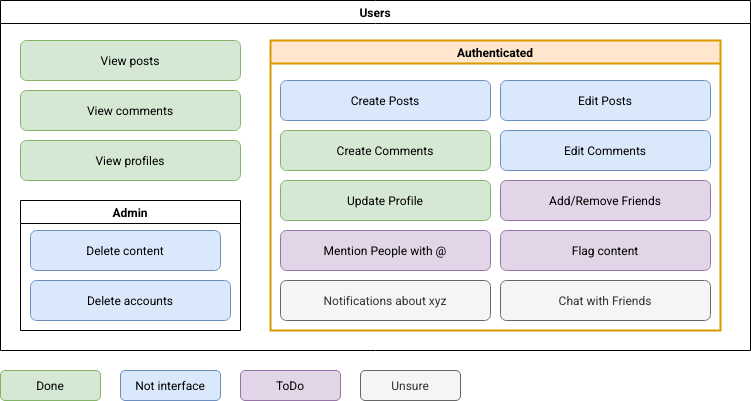
Earlier version of the draw.io export docs/d_usecase.drawio.png (MKrabs/Blog). Source tidied: cells renumbered, new cells last; positions are measured from the earlier drawing's top-left corner, leaving out a move shared by most shapes.
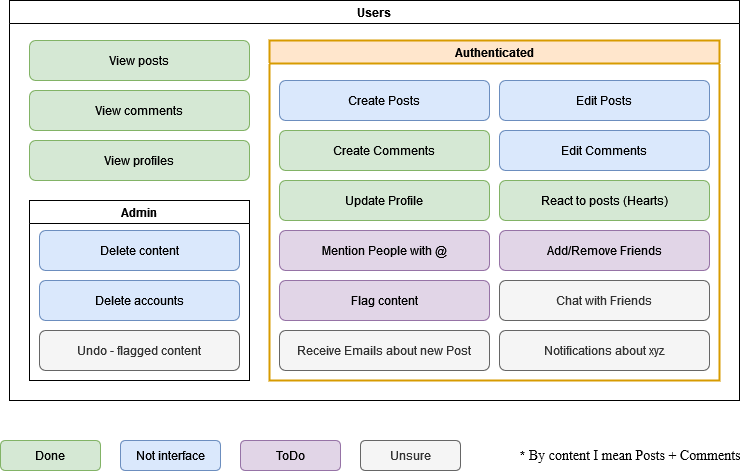
After the change.

The edit, as a diff of the source:
```diff
@@ -3,7 +3,7 @@
     <mxCell id="0" />
     <mxCell id="1" parent="0" />
     <mxCell id="2" value="Users" style="swimlane;" parent="1" vertex="1">
-      <mxGeometry width="750" height="350" as="geometry" />
+      <mxGeometry x="9" y="-70" width="730" height="400" as="geometry" />
     </mxCell>
     <mxCell id="3" value="View posts" style="rounded=1;whiteSpace=wrap;html=1;fillColor=#d5e8d4;strokeColor=#82b366;" parent="2" vertex="1">
       <mxGeometry x="20" y="40" width="220" height="40" as="geometry" />
@@ -15,7 +15,7 @@
       <mxGeometry x="20" y="90" width="220" height="40" as="geometry" />
     </mxCell>
     <mxCell id="6" value="Authenticated" style="swimlane;fillColor=#ffe6cc;strokeColor=#d79b00;strokeWidth=2;" parent="2" vertex="1">
-      <mxGeometry x="270" y="40" width="450" height="290" as="geometry" />
+      <mxGeometry x="260" y="40" width="450" height="340" as="geometry" />
     </mxCell>
     <mxCell id="7" value="Create Posts" style="rounded=1;whiteSpace=wrap;html=1;fillColor=#dae8fc;strokeColor=#6c8ebf;" parent="6" vertex="1">
       <mxGeometry x="10" y="40" width="210" height="40" as="geometry" />
@@ -33,29 +33,38 @@
       <mxGeometry x="10" y="140" width="210" height="40" as="geometry" />
     </mxCell>
     <mxCell id="12" value="Add/Remove Friends" style="rounded=1;whiteSpace=wrap;html=1;fillColor=#e1d5e7;strokeColor=#9673a6;" parent="6" vertex="1">
-      <mxGeometry x="230" y="140" width="210" height="40" as="geometry" />
+      <mxGeometry x="230" y="190" width="210" height="40" as="geometry" />
     </mxCell>
     <mxCell id="13" value="Mention People with @" style="rounded=1;whiteSpace=wrap;html=1;fillColor=#e1d5e7;strokeColor=#9673a6;" parent="6" vertex="1">
       <mxGeometry x="10" y="190" width="210" height="40" as="geometry" />
     </mxCell>
     <mxCell id="14" value="Notifications about xyz" style="rounded=1;whiteSpace=wrap;html=1;fillColor=#f5f5f5;fontColor=#333333;strokeColor=#666666;" parent="6" vertex="1">
-      <mxGeometry x="10" y="240" width="210" height="40" as="geometry" />
+      <mxGeometry x="230" y="290" width="210" height="40" as="geometry" />
     </mxCell>
     <mxCell id="15" value="Chat with Friends" style="rounded=1;whiteSpace=wrap;html=1;fillColor=#f5f5f5;fontColor=#333333;strokeColor=#666666;" parent="6" vertex="1">
       <mxGeometry x="230" y="240" width="210" height="40" as="geometry" />
     </mxCell>
     <mxCell id="16" value="Flag content" style="rounded=1;whiteSpace=wrap;html=1;fillColor=#e1d5e7;strokeColor=#9673a6;" parent="6" vertex="1">
-      <mxGeometry x="230" y="190" width="210" height="40" as="geometry" />
+      <mxGeometry x="10" y="240" width="210" height="40" as="geometry" />
     </mxCell>
+    <mxCell id="24" value="Receive Emails about new Post" style="rounded=1;whiteSpace=wrap;html=1;fillColor=#f5f5f5;fontColor=#333333;strokeColor=#666666;" parent="6" vertex="1">
+      <mxGeometry x="10" y="290" width="210" height="40" as="geometry" />
+    </mxCell>
+    <mxCell id="25" value="React to posts (Hearts)" style="rounded=1;whiteSpace=wrap;html=1;fillColor=#d5e8d4;strokeColor=#82b366;" parent="6" vertex="1">
+      <mxGeometry x="230" y="140" width="210" height="40" as="geometry" />
+    </mxCell>
     <mxCell id="17" value="Admin" style="swimlane;startSize=23;strokeColor=#000000;" parent="2" vertex="1">
-      <mxGeometry x="20" y="200" width="220" height="130" as="geometry" />
+      <mxGeometry x="20" y="200" width="220" height="180" as="geometry" />
     </mxCell>
     <mxCell id="18" value="Delete content" style="rounded=1;whiteSpace=wrap;html=1;fillColor=#dae8fc;strokeColor=#6c8ebf;" parent="17" vertex="1">
-      <mxGeometry x="10" y="30" width="190" height="40" as="geometry" />
+      <mxGeometry x="10" y="30" width="200" height="40" as="geometry" />
     </mxCell>
     <mxCell id="19" value="Delete accounts" style="rounded=1;whiteSpace=wrap;html=1;fillColor=#dae8fc;strokeColor=#6c8ebf;" parent="17" vertex="1">
       <mxGeometry x="10" y="80" width="200" height="40" as="geometry" />
     </mxCell>
+    <mxCell id="26" value="Undo - flagged content" style="rounded=1;whiteSpace=wrap;html=1;fillColor=#f5f5f5;strokeColor=#666666;fontColor=#333333;" parent="17" vertex="1">
+      <mxGeometry x="10" y="130" width="200" height="40" as="geometry" />
+    </mxCell>
     <mxCell id="20" value="ToDo" style="rounded=1;whiteSpace=wrap;html=1;fillColor=#e1d5e7;strokeColor=#9673a6;" parent="1" vertex="1">
       <mxGeometry x="240" y="370" width="100" height="30" as="geometry" />
     </mxCell>
@@ -68,5 +77,8 @@
     <mxCell id="23" value="Not interface" style="rounded=1;whiteSpace=wrap;html=1;fillColor=#dae8fc;strokeColor=#6c8ebf;" parent="1" vertex="1">
       <mxGeometry x="120" y="370" width="100" height="30" as="geometry" />
     </mxCell>
+    <mxCell id="27" value="*&lt;font style=&quot;font-size: 14px;&quot; face=&quot;Times New Roman&quot;&gt; By content I mean Posts + Comments&lt;/font&gt;" style="text;html=1;align=center;verticalAlign=middle;strokeColor=none;fillColor=none;" parent="1" vertex="1">
+      <mxGeometry x="510" y="375" width="240" height="20" as="geometry" />
+    </mxCell>
   </root>
 </mxGraphModel>
```
